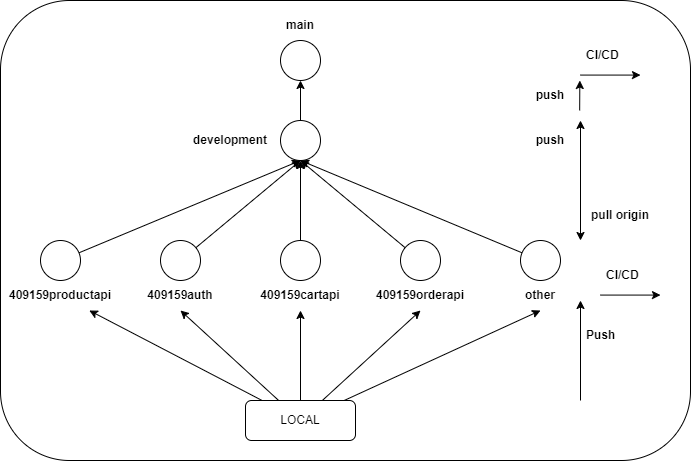
Above: docs/GitPush.drawio.png in leh23211213/Demo-Microservice-Based-.NET-Applications (draw.io), before the change. Source tidied: cells renumbered, new cells last; positions are measured from the earlier drawing's top-left corner, leaving out a move shared by most shapes.
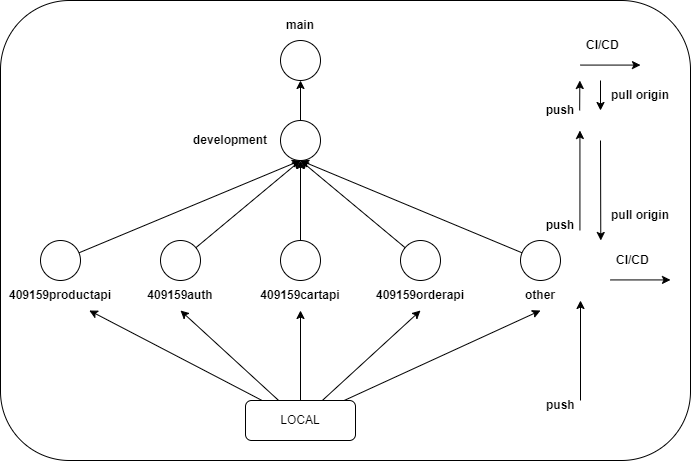
The same file after the commit.

Diff of the diagram source:
```diff
@@ -83,17 +83,11 @@
     <mxCell id="28" value="&lt;b&gt;development&lt;/b&gt;" style="text;html=1;align=center;verticalAlign=middle;whiteSpace=wrap;rounded=0;" parent="1" vertex="1">
       <mxGeometry x="200" y="125" width="60" height="30" as="geometry" />
     </mxCell>
-    <mxCell id="29" style="endArrow=classic;startArrow=classic;html=1;rounded=0;" parent="1" edge="1">
-      <mxGeometry relative="1" as="geometry">
-        <mxPoint x="580" y="240" as="sourcePoint" />
-        <mxPoint x="580" y="120" as="targetPoint" />
-      </mxGeometry>
-    </mxCell>
     <mxCell id="30" value="&lt;b&gt;push&lt;/b&gt;" style="text;html=1;align=center;verticalAlign=middle;whiteSpace=wrap;rounded=0;" parent="1" vertex="1">
-      <mxGeometry x="520" y="125" width="60" height="30" as="geometry" />
+      <mxGeometry x="530" y="210" width="60" height="30" as="geometry" />
     </mxCell>
     <mxCell id="31" value="&lt;b&gt;pull origin&lt;/b&gt;" style="text;html=1;align=center;verticalAlign=middle;whiteSpace=wrap;rounded=0;" parent="1" vertex="1">
-      <mxGeometry x="590" y="200" width="60" height="30" as="geometry" />
+      <mxGeometry x="610" y="200" width="60" height="30" as="geometry" />
     </mxCell>
     <mxCell id="32" style="endArrow=classic;html=1;rounded=0;" parent="1" edge="1">
       <mxGeometry relative="1" as="geometry">
@@ -103,24 +97,24 @@
     </mxCell>
     <mxCell id="33" style="endArrow=classic;html=1;rounded=0;" parent="1" edge="1">
       <mxGeometry relative="1" as="geometry">
-        <mxPoint x="600" y="294.6" as="sourcePoint" />
-        <mxPoint x="660" y="294.6" as="targetPoint" />
+        <mxPoint x="610" y="279.4" as="sourcePoint" />
+        <mxPoint x="670" y="279.4" as="targetPoint" />
       </mxGeometry>
     </mxCell>
-    <mxCell id="34" value="&lt;b&gt;Push&lt;/b&gt;" style="text;strokeColor=none;fillColor=none;align=left;verticalAlign=middle;spacingLeft=4;spacingRight=4;overflow=hidden;whiteSpace=wrap;html=1;" parent="1" vertex="1">
-      <mxGeometry x="580" y="320" width="80" height="30" as="geometry" />
+    <mxCell id="34" value="&lt;b&gt;push&lt;/b&gt;" style="text;strokeColor=none;fillColor=none;align=left;verticalAlign=middle;spacingLeft=4;spacingRight=4;overflow=hidden;whiteSpace=wrap;html=1;" parent="1" vertex="1">
+      <mxGeometry x="540" y="390" width="40" height="30" as="geometry" />
     </mxCell>
     <mxCell id="35" value="&lt;b&gt;CI/CD&lt;/b&gt;" style="text;strokeColor=none;fillColor=none;align=left;verticalAlign=middle;spacingLeft=4;spacingRight=4;overflow=hidden;whiteSpace=wrap;html=1;" parent="1" vertex="1">
-      <mxGeometry x="600" y="260" width="80" height="30" as="geometry" />
+      <mxGeometry x="610" y="244.9" width="80" height="30" as="geometry" />
     </mxCell>
     <mxCell id="36" style="endArrow=classic;html=1;rounded=0;" parent="1" edge="1">
       <mxGeometry relative="1" as="geometry">
-        <mxPoint x="580" y="74.6" as="sourcePoint" />
-        <mxPoint x="640" y="74.6" as="targetPoint" />
+        <mxPoint x="580" y="64.6" as="sourcePoint" />
+        <mxPoint x="640" y="64.6" as="targetPoint" />
       </mxGeometry>
     </mxCell>
     <mxCell id="37" value="&lt;b&gt;CI/CD&lt;/b&gt;" style="text;strokeColor=none;fillColor=none;align=left;verticalAlign=middle;spacingLeft=4;spacingRight=4;overflow=hidden;whiteSpace=wrap;html=1;" parent="1" vertex="1">
-      <mxGeometry x="580" y="40" width="80" height="30" as="geometry" />
+      <mxGeometry x="580" y="30" width="80" height="30" as="geometry" />
     </mxCell>
     <mxCell id="38" style="endArrow=classic;html=1;rounded=0;" parent="1" edge="1">
       <mxGeometry relative="1" as="geometry">
@@ -129,7 +123,28 @@
       </mxGeometry>
     </mxCell>
     <mxCell id="39" value="&lt;b&gt;push&lt;/b&gt;" style="text;html=1;align=center;verticalAlign=middle;whiteSpace=wrap;rounded=0;" parent="1" vertex="1">
-      <mxGeometry x="520" y="80" width="60" height="30" as="geometry" />
+      <mxGeometry x="530" y="95" width="60" height="30" as="geometry" />
     </mxCell>
+    <mxCell id="40" style="endArrow=classic;html=1;rounded=0;" parent="1" edge="1">
+      <mxGeometry relative="1" as="geometry">
+        <mxPoint x="579.4" y="230" as="sourcePoint" />
+        <mxPoint x="579.4" y="130" as="targetPoint" />
+      </mxGeometry>
+    </mxCell>
+    <mxCell id="41" style="endArrow=classic;html=1;rounded=0;" parent="1" edge="1">
+      <mxGeometry relative="1" as="geometry">
+        <mxPoint x="600" y="140" as="sourcePoint" />
+        <mxPoint x="600.3" y="240" as="targetPoint" />
+      </mxGeometry>
+    </mxCell>
+    <mxCell id="42" style="endArrow=classic;html=1;rounded=0;" parent="1" edge="1">
+      <mxGeometry relative="1" as="geometry">
+        <mxPoint x="600" y="80" as="sourcePoint" />
+        <mxPoint x="600" y="110" as="targetPoint" />
+      </mxGeometry>
+    </mxCell>
+    <mxCell id="43" value="&lt;b&gt;pull origin&lt;/b&gt;" style="text;html=1;align=center;verticalAlign=middle;whiteSpace=wrap;rounded=0;" parent="1" vertex="1">
+      <mxGeometry x="610" y="80" width="60" height="30" as="geometry" />
+    </mxCell>
   </root>
 </mxGraphModel>
```
